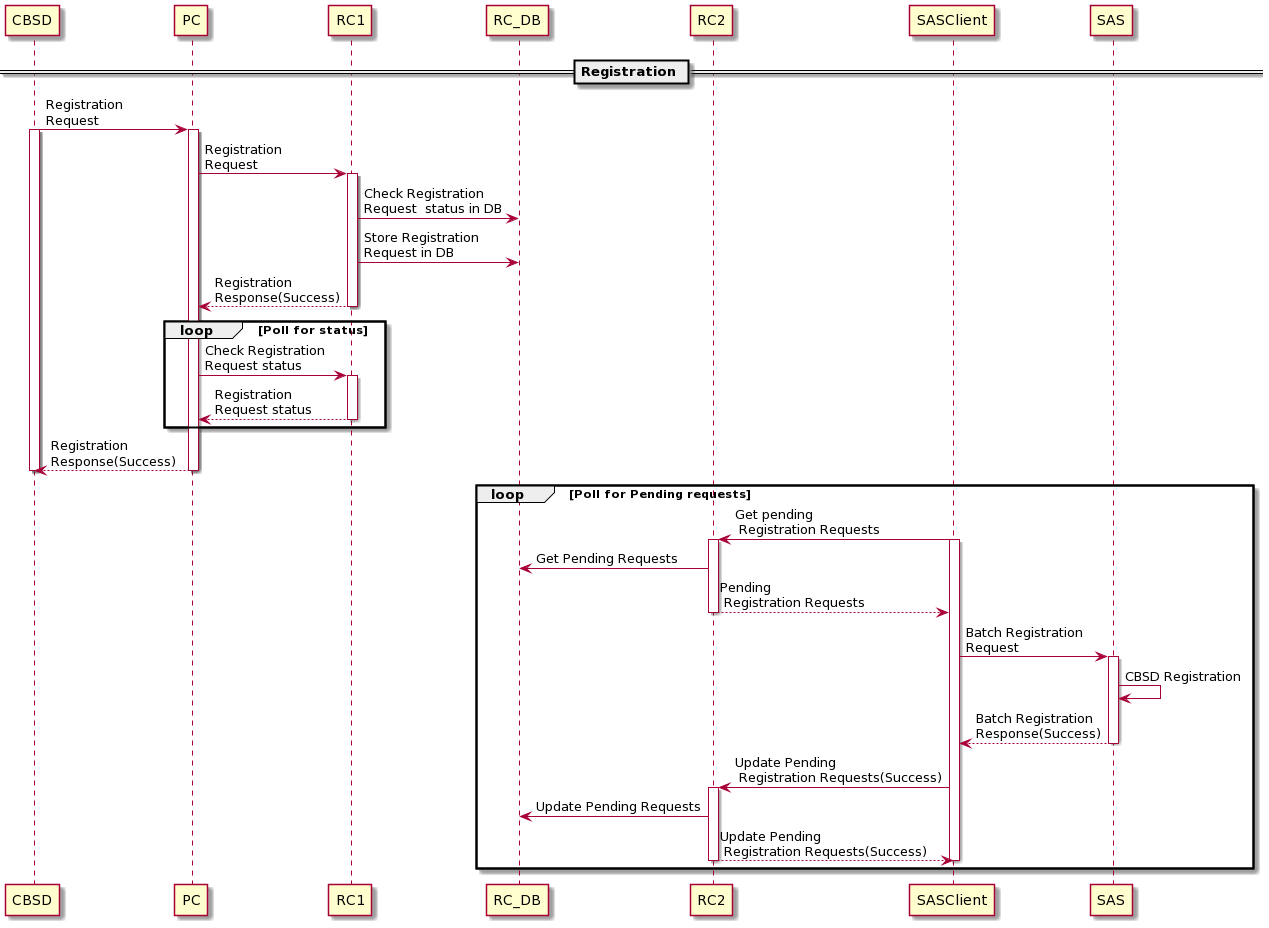
Before: docs/decoupled_registration_request2.png, a diagram exported from PlantUML (magma/domain-proxy).
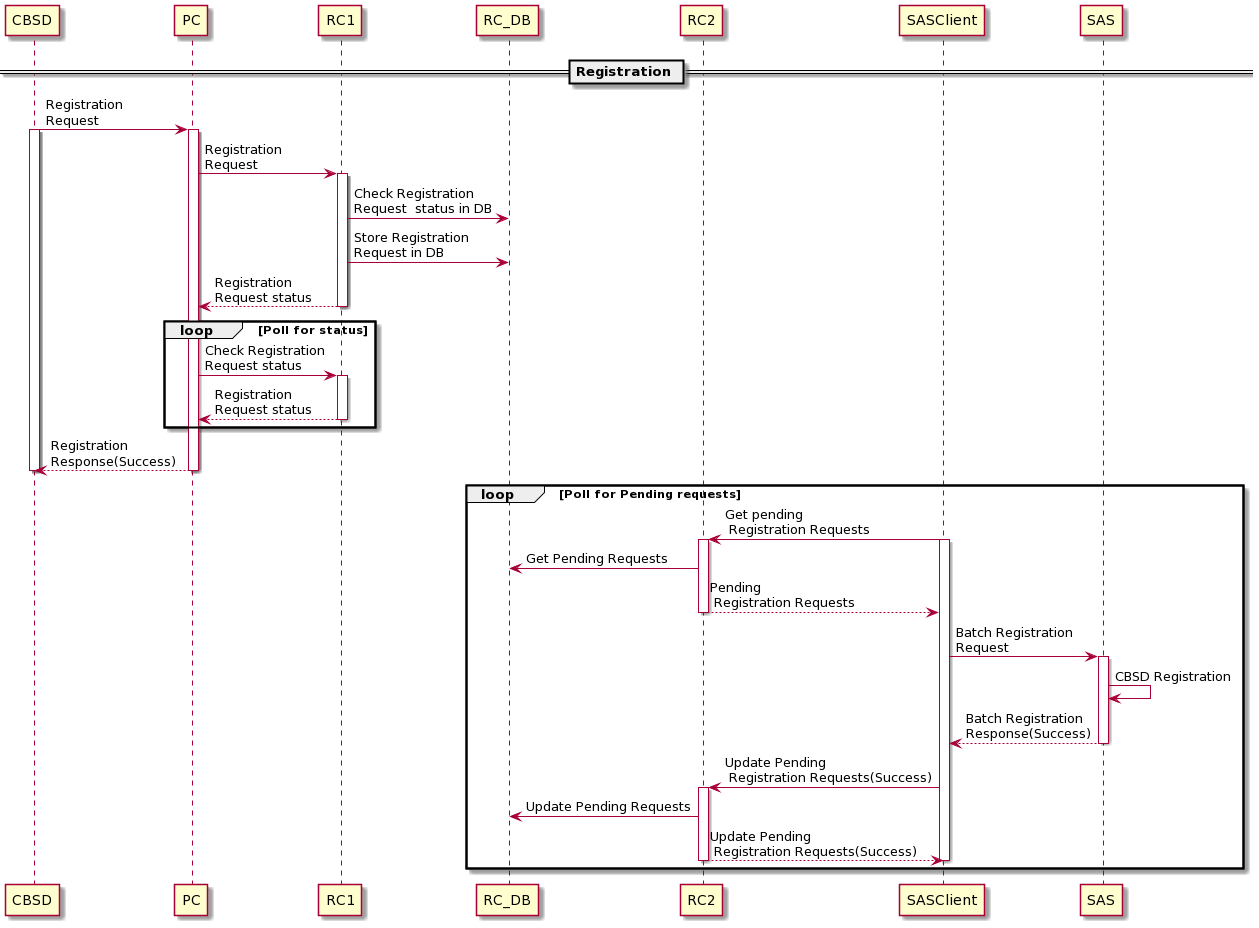
The same file after the commit.

The edit, as a diff of the source:
```diff
@@ -16,7 +16,7 @@
     activate RC1
     RC1 -> RC_DB: Check Registration\nRequest  status in DB
     RC1 -> RC_DB: Store Registration\nRequest in DB
-    PC <-- RC1: Registration\nResponse(Success)
+    PC <-- RC1: Registration\nRequest status
     deactivate RC1
 
 loop Poll for status
```
